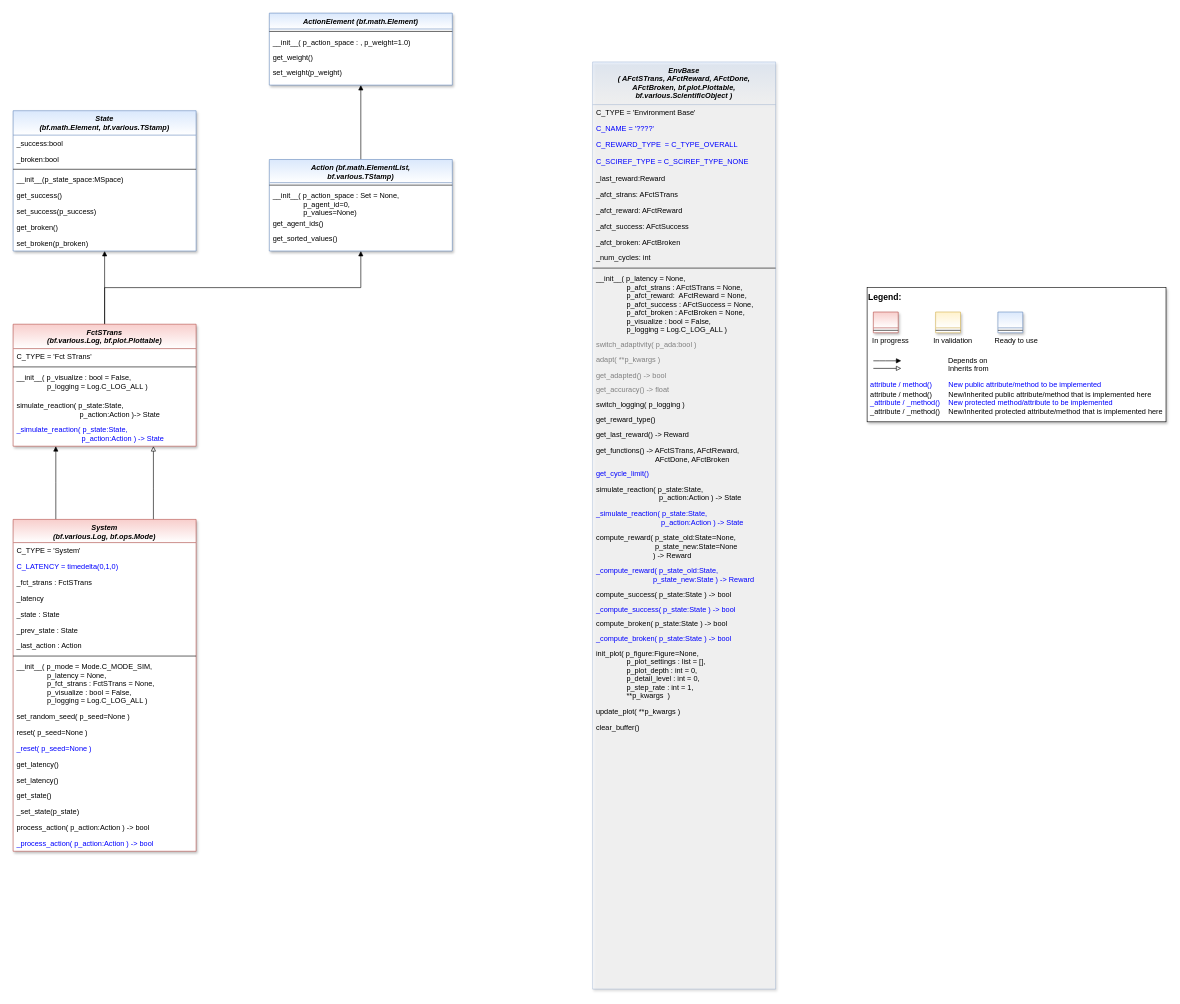
This is doc/rtd/content/append2/core/images/bf/MLPro-BF-Systems_class_diagram.drawio from fhswf/MLPro, a draw.io file, before an edit. Source tidied: cells renumbered, new cells numbered last; positions are measured from the earlier drawing's top-left corner, leaving out a move shared by most shapes. Both pictures are drawn from the tidied source at 61%, with x=0, y=0 at pixel (13, 13).
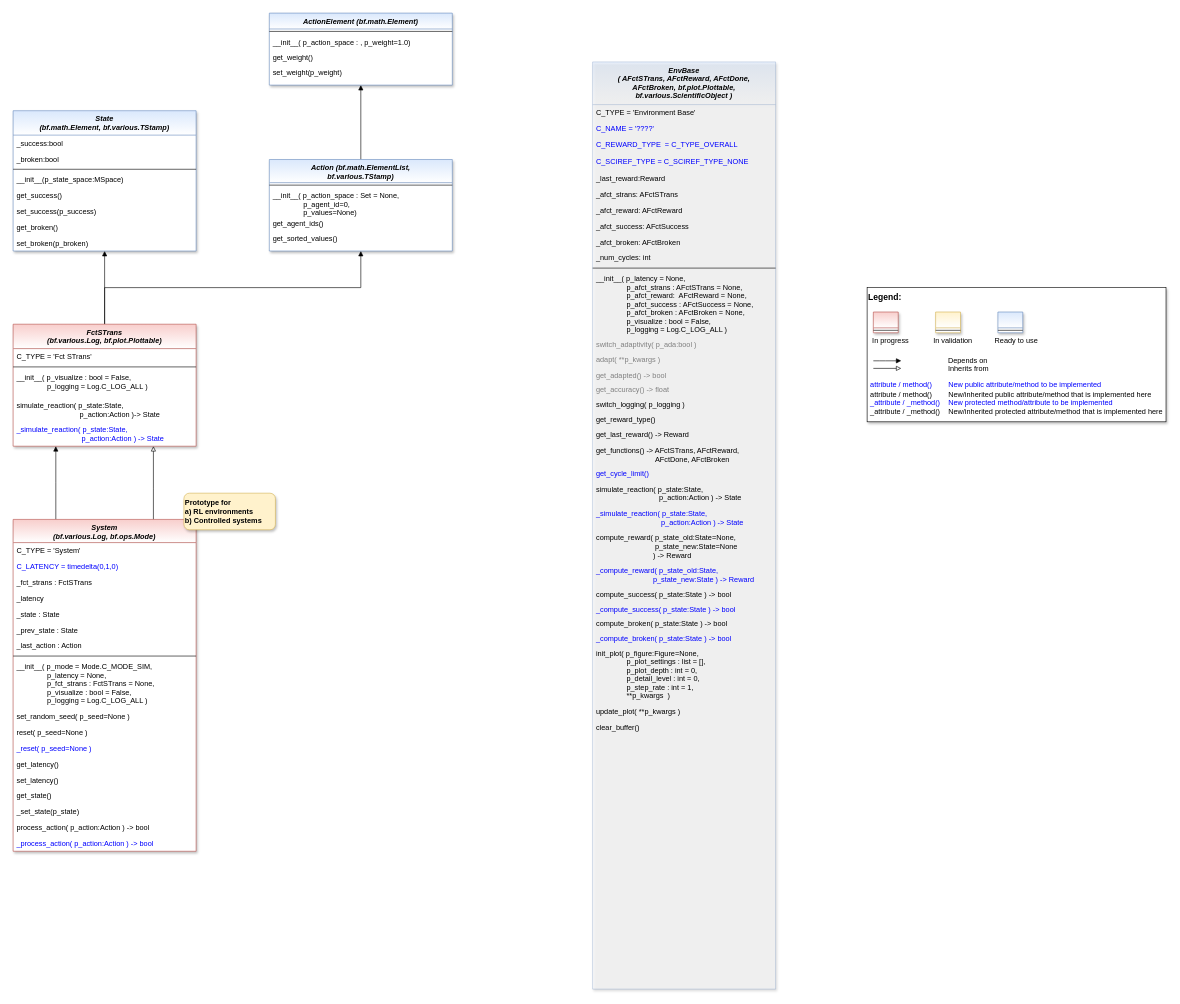
Above is the later version.

Commit message (it also covers changes not shown here):
BF: New base class FctSTrans #549

Diff of the diagram source:
```diff
@@
+    <mxCell id="94" value="Prototype for&lt;br&gt;a) RL environments&lt;br&gt;b) Controlled systems" style="rounded=1;whiteSpace=wrap;html=1;fillColor=#fff2cc;strokeColor=#d6b656;shadow=1;fontStyle=1;align=left;" parent="1" vertex="1">
+      <mxGeometry x="280" y="787" width="150" height="60" as="geometry" />
+    </mxCell>
```
